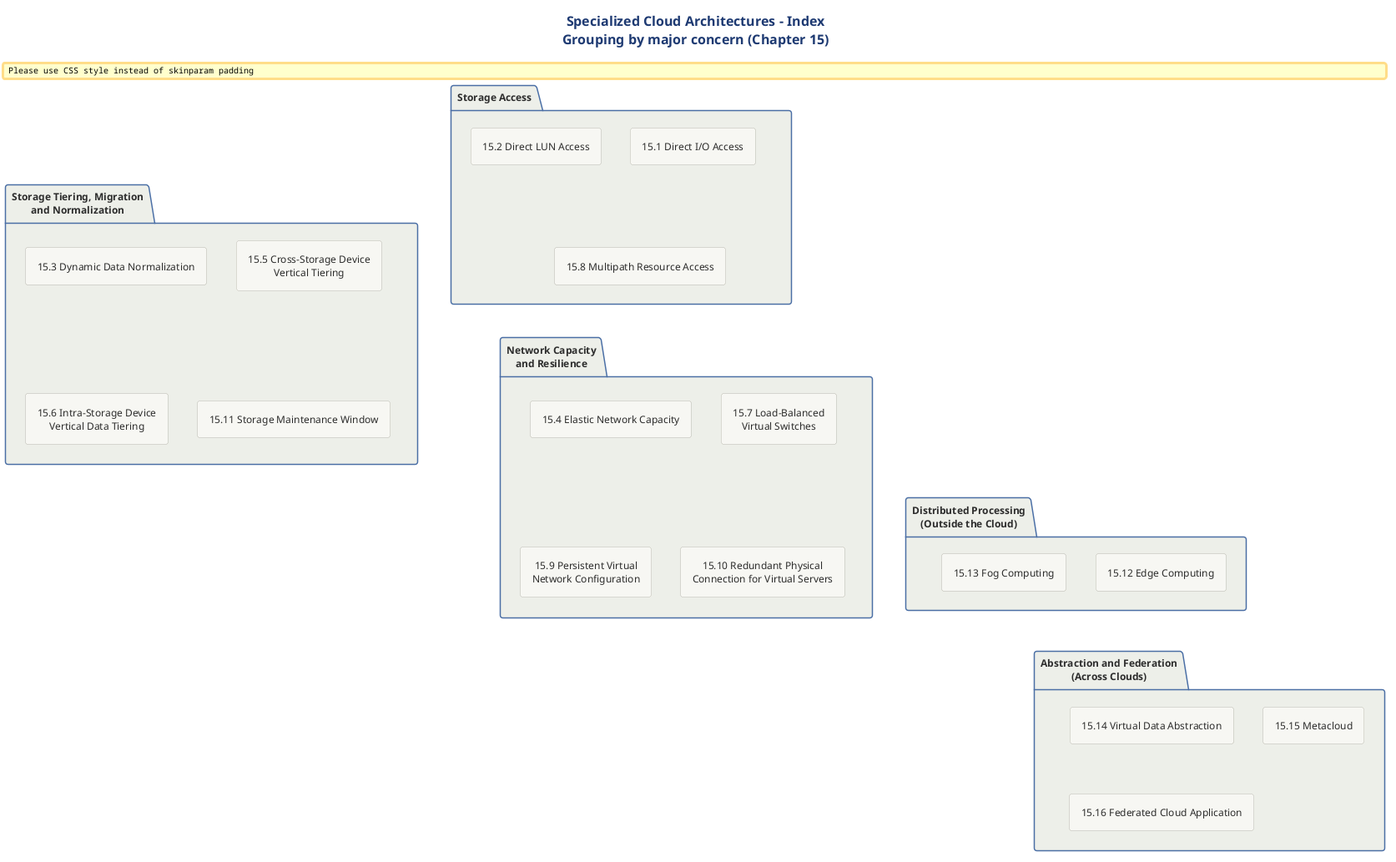
Earlier version of the PlantUML export src/architecture/cloud/architecture/cloud-architecture-diagram-library/specialized-cloud-architectures-puml/png/00-specialized-cloud-architectures-index.png (Notoriousjayy/latex-docs). Source of this version:
```plantuml
@startuml index_specialized_cloud_architectures
!include ../../../../../../tooling/styles/plantuml/structural/package-diagram-style.iuml

title Specialized Cloud Architectures - Index\nGrouping by major concern (Chapter 15)

package "Storage Access" as g1 {
  rectangle "15.1 Direct I/O Access" as a1
  rectangle "15.2 Direct LUN Access" as a2
  rectangle "15.8 Multipath Resource Access" as a8
}

package "Storage Tiering, Migration\nand Normalization" as g2 {
  rectangle "15.3 Dynamic Data Normalization" as a3
  rectangle "15.5 Cross-Storage Device\nVertical Tiering" as a5
  rectangle "15.6 Intra-Storage Device\nVertical Data Tiering" as a6
  rectangle "15.11 Storage Maintenance Window" as a11
}

package "Network Capacity\nand Resilience" as g3 {
  rectangle "15.4 Elastic Network Capacity" as a4
  rectangle "15.7 Load-Balanced\nVirtual Switches" as a7
  rectangle "15.9 Persistent Virtual\nNetwork Configuration" as a9
  rectangle "15.10 Redundant Physical\nConnection for Virtual Servers" as a10
}

package "Distributed Processing\n(Outside the Cloud)" as g4 {
  rectangle "15.12 Edge Computing" as a12
  rectangle "15.13 Fog Computing" as a13
}

package "Abstraction and Federation\n(Across Clouds)" as g5 {
  rectangle "15.14 Virtual Data Abstraction" as a14
  rectangle "15.15 Metacloud" as a15
  rectangle "15.16 Federated Cloud Application" as a16
}

g1 -[hidden]down- g2
g3 -[hidden]down- g4
g4 -[hidden]down- g5
g1 -[hidden]right- g3

@enduml
```
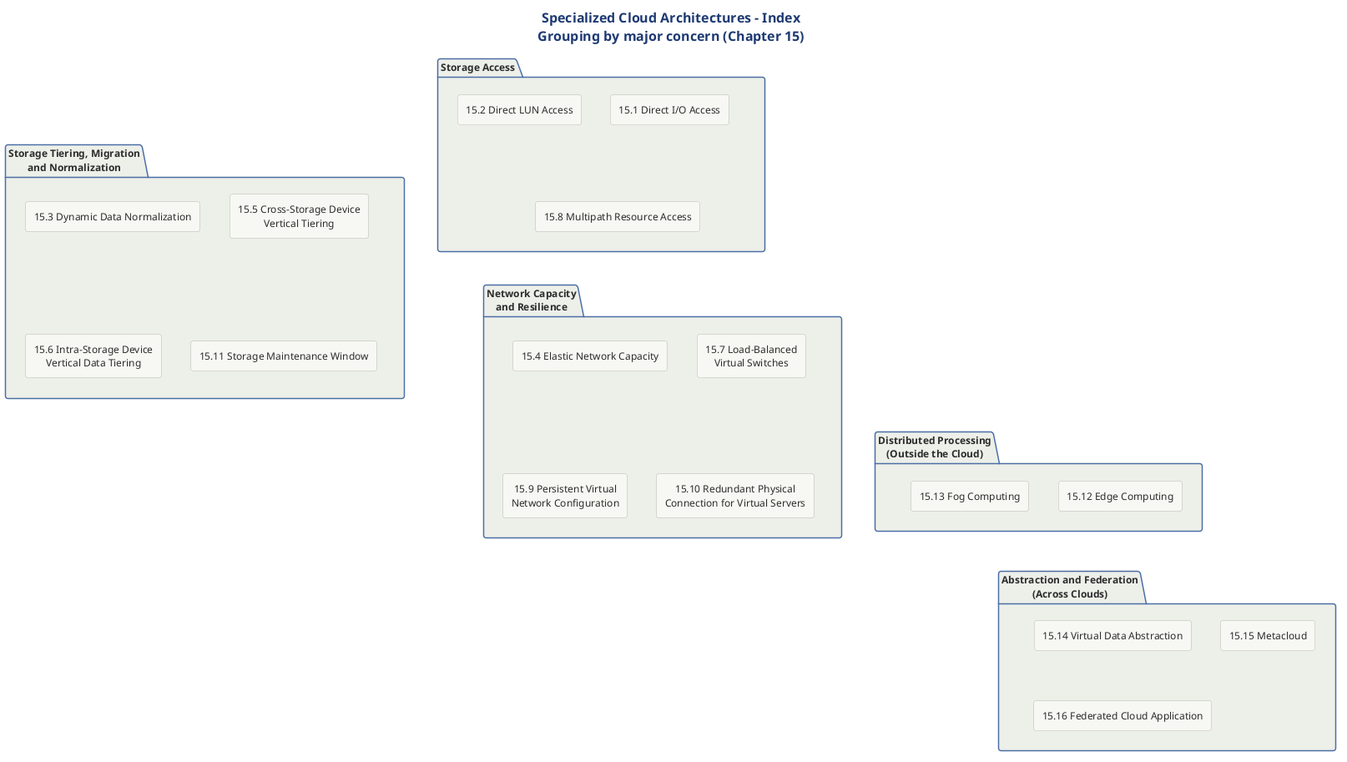
After the change.

Diff of the diagram source:
```diff
@@ -1,4 +1,4 @@
-@startuml index_specialized_cloud_architectures
+@startuml
 !include ../../../../../../tooling/styles/plantuml/structural/package-diagram-style.iuml
 
 title Specialized Cloud Architectures - Index\nGrouping by major concern (Chapter 15)
```
